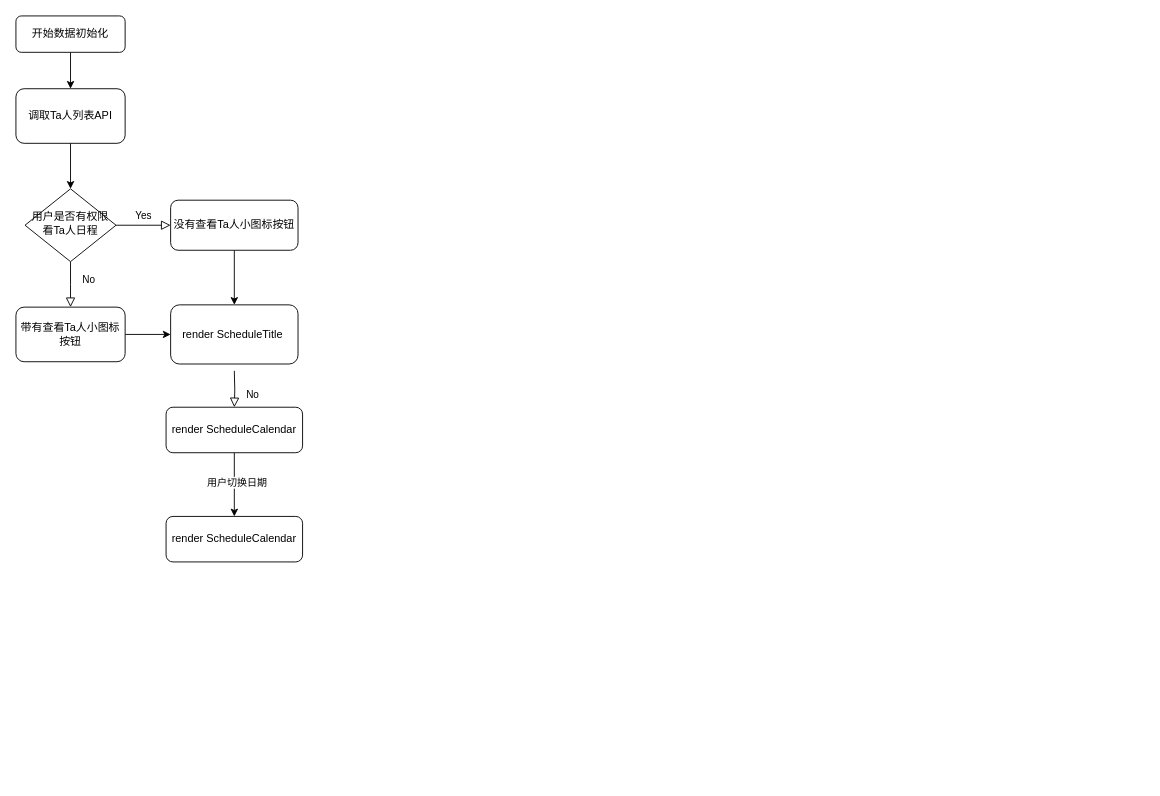
Earlier version of the draw.io diagram Untitled Diagram.drawio (Leonard-Li777/awesome-ant-design). Source tidied: cells renumbered, new cells numbered last; positions are measured from the earlier drawing's top-left corner, leaving out a move shared by most shapes. Both pictures are drawn from the tidied source at 91%, with x=0, y=0 at pixel (15, 15).
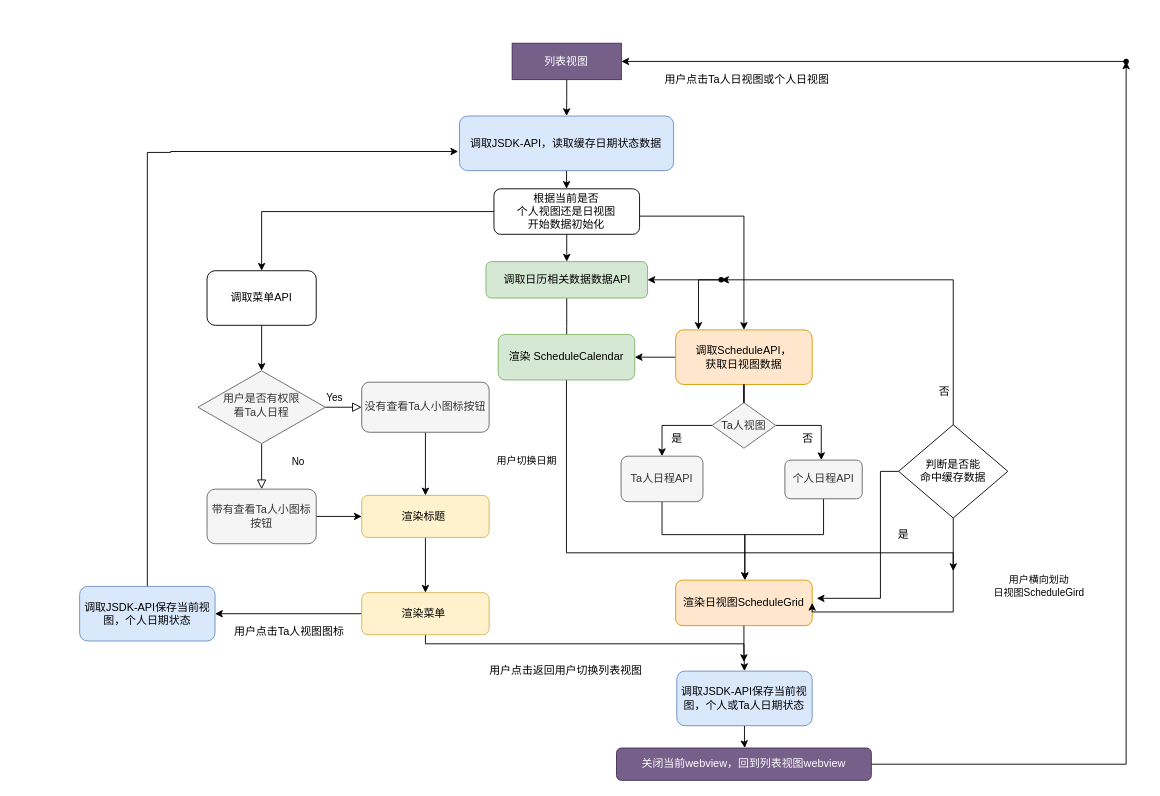
The same diagram, later.

Commit message:
日视图流程.drawio

What changed in the source:
```diff
@@
+    <mxCell id="19" style="edgeStyle=orthogonalEdgeStyle;rounded=0;jettySize=auto;html=1;" parent="1" edge="1" source="3" target="23">
+      <mxGeometry relative="1" as="geometry" />
+    </mxCell>
+    <mxCell id="20" style="edgeStyle=orthogonalEdgeStyle;rounded=0;jettySize=auto;html=1;" parent="1" edge="1" source="3" target="51">
+      <mxGeometry relative="1" as="geometry">
+        <Array as="points">
+          <mxPoint x="800" y="220" />
+          <mxPoint x="800" y="290" />
+        </Array>
+      </mxGeometry>
+    </mxCell>
-    <mxCell id="3" value="开始数据初始化" style="rounded=1;whiteSpace=wrap;html=1;fontSize=12;glass=0;strokeWidth=1;shadow=0;" parent="1" vertex="1">
-      <mxGeometry width="120" height="40" as="geometry" />
+    <mxCell id="3" value="根据当前是否&lt;br&gt;个人视图还是日视图&lt;br&gt;开始数据初始化" style="rounded=1;whiteSpace=wrap;html=1;fontSize=12;glass=0;strokeWidth=1;shadow=0;" parent="1" vertex="1">
+      <mxGeometry x="525.3" y="190" width="160" height="50" as="geometry" />
     </mxCell>
     <mxCell id="4" value="Yes" style="rounded=0;html=1;jettySize=auto;fontSize=11;endArrow=block;endFill=0;endSize=8;strokeWidth=1;shadow=0;labelBackgroundColor=none;edgeStyle=orthogonalEdgeStyle;" parent="1" edge="1" source="6">
       <mxGeometry x="-1" y="94" relative="1" as="geometry">
-        <mxPoint x="60" y="320" as="targetPoint" />
+        <mxPoint x="270" y="520" as="targetPoint" />
         <mxPoint x="-14" y="-50" as="offset" />
       </mxGeometry>
     </mxCell>
@@
-    <mxCell id="6" value="用户是否有权限看Ta人日程" style="rhombus;whiteSpace=wrap;html=1;shadow=0;fontFamily=Helvetica;fontSize=12;align=center;strokeWidth=1;spacing=6;spacingTop=-4;" parent="1" vertex="1">
-      <mxGeometry x="10" y="190" width="100" height="80" as="geometry" />
+    <mxCell id="6" value="用户是否有权限&lt;br&gt;看Ta人日程" style="rhombus;whiteSpace=wrap;html=1;shadow=0;fontFamily=Helvetica;fontSize=12;align=center;strokeWidth=1;spacing=6;spacingTop=-4;fillColor=#f5f5f5;strokeColor=#666666;fontColor=#333333;" parent="1" vertex="1">
+      <mxGeometry x="200" y="390" width="140" height="80" as="geometry" />
     </mxCell>
@@
-    <mxCell id="8" value="没有查看Ta人小图标按钮" style="rounded=1;whiteSpace=wrap;html=1;fontSize=12;glass=0;strokeWidth=1;shadow=0;" parent="1" vertex="1">
-      <mxGeometry x="170" y="202.5" width="140" height="55" as="geometry" />
+    <mxCell id="8" value="没有查看Ta人小图标按钮" style="rounded=1;whiteSpace=wrap;html=1;fontSize=12;glass=0;strokeWidth=1;shadow=0;fillColor=#f5f5f5;strokeColor=#666666;fontColor=#333333;" parent="1" vertex="1">
+      <mxGeometry x="380" y="402.5" width="140" height="55" as="geometry" />
     </mxCell>
-    <mxCell id="9" value="No" style="rounded=0;html=1;jettySize=auto;fontSize=11;endArrow=block;endFill=0;endSize=8;strokeWidth=1;shadow=0;labelBackgroundColor=none;edgeStyle=orthogonalEdgeStyle;" parent="1" edge="1" target="12">
-      <mxGeometry x="0.33" y="20" relative="1" as="geometry">
-        <mxPoint x="240" y="390" as="sourcePoint" />
-      </mxGeometry>
-    </mxCell>
-    <mxCell id="10" style="edgeStyle=orthogonalEdgeStyle;rounded=0;jettySize=auto;html=1;" parent="1" edge="1" source="12" target="18">
-      <mxGeometry relative="1" as="geometry" />
-    </mxCell>
-    <mxCell id="11" value="用户切换日期" style="edgeLabel;html=1;align=center;verticalAlign=middle;" parent="10" vertex="1">
-      <mxGeometry x="-0.1" y="2" relative="1" as="geometry" />
-    </mxCell>
-    <mxCell id="12" value="render ScheduleCalendar" style="rounded=1;whiteSpace=wrap;html=1;fontSize=12;glass=0;strokeWidth=1;shadow=0;" parent="1" vertex="1">
-      <mxGeometry x="165" y="430" width="150" height="50" as="geometry" />
-    </mxCell>
@@
-    <mxCell id="14" value="调取Ta人列表API" style="rounded=1;whiteSpace=wrap;html=1;" parent="1" vertex="1">
-      <mxGeometry y="80" width="120" height="60" as="geometry" />
+    <mxCell id="14" value="调取菜单API" style="rounded=1;whiteSpace=wrap;html=1;" parent="1" vertex="1">
+      <mxGeometry x="210" y="280" width="120" height="60" as="geometry" />
     </mxCell>
@@
-    <mxCell id="16" value="带有查看Ta人小图标按钮" style="rounded=1;whiteSpace=wrap;html=1;" parent="1" vertex="1">
-      <mxGeometry y="320" width="120" height="60" as="geometry" />
+    <mxCell id="16" value="带有查看Ta人小图标按钮" style="rounded=1;whiteSpace=wrap;html=1;fillColor=#f5f5f5;strokeColor=#666666;fontColor=#333333;" parent="1" vertex="1">
+      <mxGeometry x="210" y="520" width="120" height="60" as="geometry" />
     </mxCell>
+    <mxCell id="21" style="edgeStyle=orthogonalEdgeStyle;rounded=0;jettySize=auto;html=1;" parent="1" edge="1" source="17" target="55">
+      <mxGeometry relative="1" as="geometry" />
+    </mxCell>
-    <mxCell id="17" value="render ScheduleTitle&amp;nbsp;" style="rounded=1;whiteSpace=wrap;html=1;fontSize=12;glass=0;strokeWidth=1;shadow=0;" parent="1" vertex="1">
-      <mxGeometry x="170" y="317.5" width="140" height="65" as="geometry" />
+    <mxCell id="17" value="渲染标题&amp;nbsp;" style="rounded=1;whiteSpace=wrap;html=1;fontSize=12;glass=0;strokeWidth=1;shadow=0;fillColor=#fff2cc;strokeColor=#d6b656;" parent="1" vertex="1">
+      <mxGeometry x="380" y="526.9" width="140" height="46.2" as="geometry" />
     </mxCell>
-    <mxCell id="18" value="render ScheduleCalendar" style="rounded=1;whiteSpace=wrap;html=1;fontSize=12;glass=0;strokeWidth=1;shadow=0;" parent="1" vertex="1">
-      <mxGeometry x="165" y="550" width="150" height="50" as="geometry" />
+    <mxCell id="18" value="渲染日视图ScheduleGrid" style="rounded=1;whiteSpace=wrap;html=1;fontSize=12;glass=0;strokeWidth=1;shadow=0;fillColor=#ffe6cc;strokeColor=#d79b00;" parent="1" vertex="1">
+      <mxGeometry x="725" y="620" width="150" height="50" as="geometry" />
     </mxCell>
+    <mxCell id="22" style="edgeStyle=orthogonalEdgeStyle;rounded=0;jettySize=auto;html=1;" parent="1" edge="1" source="23">
+      <mxGeometry relative="1" as="geometry">
+        <mxPoint x="605" y="372.5" as="targetPoint" />
+      </mxGeometry>
+    </mxCell>
+    <mxCell id="23" value="调取日历相关数据数据API" style="rounded=1;whiteSpace=wrap;html=1;fontSize=12;glass=0;strokeWidth=1;shadow=0;fillColor=#d5e8d4;strokeColor=#82b366;" parent="1" vertex="1">
+      <mxGeometry x="516.5" y="270" width="177.5" height="40" as="geometry" />
+    </mxCell>
+    <mxCell id="24" style="edgeStyle=orthogonalEdgeStyle;rounded=0;jettySize=auto;html=1;exitX=0.5;exitY=1;exitDx=0;exitDy=0;" parent="1" edge="1" source="18" target="44">
+      <mxGeometry relative="1" as="geometry" />
+    </mxCell>
+    <mxCell id="25" value="用户横向划动&lt;br&gt;日视图ScheduleGird" style="edgeLabel;html=1;align=center;verticalAlign=middle;" parent="1" vertex="1">
+      <mxGeometry x="1070" y="520" as="geometry">
+        <mxPoint x="53" y="106" as="offset" />
+      </mxGeometry>
+    </mxCell>
+    <mxCell id="26" style="edgeStyle=orthogonalEdgeStyle;rounded=0;jettySize=auto;html=1;entryX=1;entryY=0.5;entryDx=0;entryDy=0;" parent="1" edge="1" source="27" target="48">
+      <mxGeometry relative="1" as="geometry" />
+    </mxCell>
+    <mxCell id="27" value="调取ScheduleAPI，&lt;br&gt;获取日视图数据" style="rounded=1;whiteSpace=wrap;html=1;fillColor=#ffe6cc;strokeColor=#d79b00;" parent="1" vertex="1">
+      <mxGeometry x="725" y="345" width="150" height="60" as="geometry" />
+    </mxCell>
+    <mxCell id="28" style="edgeStyle=orthogonalEdgeStyle;rounded=0;jettySize=auto;html=1;exitX=0.5;exitY=0;exitDx=0;exitDy=0;" parent="1" edge="1" source="31" target="27">
+      <mxGeometry relative="1" as="geometry">
+        <Array as="points">
+          <mxPoint x="1030" y="290" />
+          <mxPoint x="800" y="290" />
+        </Array>
+      </mxGeometry>
+    </mxCell>
+    <mxCell id="29" style="edgeStyle=orthogonalEdgeStyle;rounded=0;jettySize=auto;html=1;entryX=1;entryY=0.5;entryDx=0;entryDy=0;" parent="1" edge="1" source="31" target="18">
+      <mxGeometry relative="1" as="geometry">
+        <Array as="points">
+          <mxPoint x="1030" y="655" />
+        </Array>
+      </mxGeometry>
+    </mxCell>
+    <mxCell id="30" style="edgeStyle=orthogonalEdgeStyle;rounded=0;jettySize=auto;html=1;" parent="1" edge="1" source="31">
+      <mxGeometry relative="1" as="geometry">
+        <mxPoint x="880" y="640" as="targetPoint" />
+        <Array as="points">
+          <mxPoint x="950" y="501" />
+          <mxPoint x="950" y="640" />
+        </Array>
+      </mxGeometry>
+    </mxCell>
+    <mxCell id="31" value="判断是否能&lt;br&gt;命中缓存数据" style="rhombus;whiteSpace=wrap;html=1;" parent="1" vertex="1">
+      <mxGeometry x="970" y="449.2" width="120" height="102.5" as="geometry" />
+    </mxCell>
+    <mxCell id="32" value="否" style="text;html=1;align=center;verticalAlign=middle;strokeColor=none;" parent="1" vertex="1">
+      <mxGeometry x="1005" y="402.5" width="30" height="20" as="geometry" />
+    </mxCell>
+    <mxCell id="33" value="是" style="text;html=1;align=center;verticalAlign=middle;strokeColor=none;" parent="1" vertex="1">
+      <mxGeometry x="711.2" y="455" width="30" height="20" as="geometry" />
+    </mxCell>
+    <mxCell id="34" style="edgeStyle=orthogonalEdgeStyle;rounded=0;jettySize=auto;html=1;" parent="1" edge="1" source="36" target="39">
+      <mxGeometry relative="1" as="geometry" />
+    </mxCell>
+    <mxCell id="35" style="edgeStyle=orthogonalEdgeStyle;rounded=0;jettySize=auto;html=1;exitX=1;exitY=0.5;exitDx=0;exitDy=0;" parent="1" edge="1" source="36" target="41">
+      <mxGeometry relative="1" as="geometry">
+        <Array as="points">
+          <mxPoint x="885" y="449.8" />
+        </Array>
+      </mxGeometry>
+    </mxCell>
+    <mxCell id="36" value="Ta人视图" style="rhombus;whiteSpace=wrap;html=1;fillColor=#f5f5f5;strokeColor=#666666;fontColor=#333333;" parent="1" vertex="1">
+      <mxGeometry x="765" y="425" width="70" height="50" as="geometry" />
+    </mxCell>
+    <mxCell id="37" style="edgeStyle=orthogonalEdgeStyle;rounded=0;jettySize=auto;html=1;endArrow=none;" parent="1" edge="1" source="27" target="36">
+      <mxGeometry relative="1" as="geometry" />
+    </mxCell>
+    <mxCell id="38" style="edgeStyle=orthogonalEdgeStyle;rounded=0;jettySize=auto;html=1;" parent="1" edge="1" source="39" target="18">
+      <mxGeometry relative="1" as="geometry">
+        <Array as="points">
+          <mxPoint x="710" y="570" />
+          <mxPoint x="801" y="570" />
+        </Array>
+      </mxGeometry>
+    </mxCell>
+    <mxCell id="39" value="Ta人日程API" style="rounded=1;whiteSpace=wrap;html=1;fillColor=#f5f5f5;strokeColor=#666666;fontColor=#333333;" parent="1" vertex="1">
+      <mxGeometry x="665" y="483.8" width="90" height="50" as="geometry" />
+    </mxCell>
+    <mxCell id="40" style="edgeStyle=orthogonalEdgeStyle;rounded=0;jettySize=auto;html=1;" parent="1" edge="1" source="41" target="18">
+      <mxGeometry relative="1" as="geometry">
+        <Array as="points">
+          <mxPoint x="888" y="570" />
+          <mxPoint x="801" y="570" />
+        </Array>
+      </mxGeometry>
+    </mxCell>
+    <mxCell id="41" value="个人日程API" style="rounded=1;whiteSpace=wrap;html=1;fillColor=#f5f5f5;strokeColor=#666666;fontColor=#333333;" parent="1" vertex="1">
+      <mxGeometry x="845" y="488.1" width="85" height="42.5" as="geometry" />
+    </mxCell>
+    <mxCell id="42" value="否" style="text;html=1;align=center;verticalAlign=middle;strokeColor=none;" parent="1" vertex="1">
+      <mxGeometry x="855" y="455" width="30" height="20" as="geometry" />
+    </mxCell>
+    <mxCell id="43" style="edgeStyle=orthogonalEdgeStyle;rounded=0;jettySize=auto;html=1;" parent="1" edge="1" source="44">
+      <mxGeometry relative="1" as="geometry">
+        <mxPoint x="801" y="804.5" as="targetPoint" />
+      </mxGeometry>
+    </mxCell>
+    <mxCell id="44" value="调取JSDK-API保存当前视图，个人或Ta人日期状态" style="whiteSpace=wrap;html=1;rounded=1;shadow=0;strokeWidth=1;glass=0;fillColor=#dae8fc;strokeColor=#6c8ebf;" parent="1" vertex="1">
+      <mxGeometry x="726.2" y="720" width="148.8" height="60" as="geometry" />
+    </mxCell>
+    <mxCell id="11" value="用户切换日期" style="edgeLabel;html=1;align=center;verticalAlign=middle;" parent="1" vertex="1">
+      <mxGeometry x="560" y="488.1" as="geometry" />
+    </mxCell>
+    <mxCell id="45" style="edgeStyle=orthogonalEdgeStyle;rounded=0;jettySize=auto;html=1;" parent="1" edge="1" source="46" target="66">
+      <mxGeometry relative="1" as="geometry" />
+    </mxCell>
+    <mxCell id="46" value="关闭当前webview，回到列表视图webview" style="rounded=1;whiteSpace=wrap;html=1;fillColor=#76608a;strokeColor=#432D57;fontColor=#ffffff;" parent="1" vertex="1">
+      <mxGeometry x="660" y="804.5" width="280" height="35.5" as="geometry" />
+    </mxCell>
+    <mxCell id="47" style="edgeStyle=orthogonalEdgeStyle;rounded=0;jettySize=auto;html=1;" parent="1" edge="1" source="48">
+      <mxGeometry relative="1" as="geometry">
+        <mxPoint x="1030" y="610" as="targetPoint" />
+        <Array as="points">
+          <mxPoint x="605" y="590" />
+          <mxPoint x="1030" y="590" />
+        </Array>
+      </mxGeometry>
+    </mxCell>
+    <mxCell id="48" value="渲染 ScheduleCalendar" style="rounded=1;whiteSpace=wrap;html=1;fontSize=12;glass=0;strokeWidth=1;shadow=0;fillColor=#d5e8d4;strokeColor=#82b366;" parent="1" vertex="1">
+      <mxGeometry x="530" y="350" width="150" height="50" as="geometry" />
+    </mxCell>
+    <mxCell id="49" style="edgeStyle=orthogonalEdgeStyle;rounded=0;jettySize=auto;html=1;" parent="1" edge="1" source="51" target="23">
+      <mxGeometry relative="1" as="geometry" />
+    </mxCell>
+    <mxCell id="50" style="edgeStyle=orthogonalEdgeStyle;rounded=0;jettySize=auto;html=1;entryX=0.167;entryY=0;entryDx=0;entryDy=0;entryPerimeter=0;" parent="1" edge="1" source="51" target="27">
+      <mxGeometry relative="1" as="geometry">
+        <Array as="points">
+          <mxPoint x="750" y="290" />
+        </Array>
+      </mxGeometry>
+    </mxCell>
+    <mxCell id="51" style="shape=waypoint;size=6;points=[];fillColor=#ffffff;perimeter=centerPerimeter;snapToPoint=1;rounded=1;shadow=0;strokeWidth=1;glass=0;" parent="1" vertex="1">
+      <mxGeometry x="755" y="270" width="40" height="40" as="geometry" />
+    </mxCell>
+    <mxCell id="52" value="用户点击返回用户切换列表视图" style="text;html=1;align=center;verticalAlign=middle;strokeColor=none;" parent="1" vertex="1">
+      <mxGeometry x="514" y="710" width="180" height="20" as="geometry" />
+    </mxCell>
+    <mxCell id="53" style="edgeStyle=orthogonalEdgeStyle;rounded=0;jettySize=auto;html=1;" parent="1" edge="1" source="55">
+      <mxGeometry relative="1" as="geometry">
+        <mxPoint x="800" y="710" as="targetPoint" />
+        <Array as="points">
+          <mxPoint x="450" y="690" />
+          <mxPoint x="800" y="690" />
+        </Array>
+      </mxGeometry>
+    </mxCell>
+    <mxCell id="54" style="edgeStyle=orthogonalEdgeStyle;rounded=0;jettySize=auto;html=1;" parent="1" edge="1" source="55" target="60">
+      <mxGeometry relative="1" as="geometry" />
+    </mxCell>
+    <mxCell id="55" value="渲染菜单&amp;nbsp;" style="rounded=1;whiteSpace=wrap;html=1;fontSize=12;glass=0;strokeWidth=1;shadow=0;fillColor=#fff2cc;strokeColor=#d6b656;" parent="1" vertex="1">
+      <mxGeometry x="380" y="633.8" width="140" height="46.2" as="geometry" />
+    </mxCell>
+    <mxCell id="56" style="edgeStyle=orthogonalEdgeStyle;rounded=0;jettySize=auto;html=1;" parent="1" edge="1" source="57" target="3">
+      <mxGeometry relative="1" as="geometry" />
+    </mxCell>
+    <mxCell id="57" value="调取JSDK-API，读取缓存日期状态数据" style="rounded=1;whiteSpace=wrap;html=1;fillColor=#dae8fc;strokeColor=#6c8ebf;" parent="1" vertex="1">
+      <mxGeometry x="487.4" y="110" width="235.3" height="60" as="geometry" />
+    </mxCell>
+    <mxCell id="58" value="用户点击Ta人视图图标" style="text;html=1;align=center;verticalAlign=middle;strokeColor=none;" parent="1" vertex="1">
+      <mxGeometry x="230" y="666.9" width="140" height="20" as="geometry" />
+    </mxCell>
+    <mxCell id="59" style="edgeStyle=orthogonalEdgeStyle;rounded=0;jettySize=auto;html=1;entryX=-0.006;entryY=0.65;entryDx=0;entryDy=0;entryPerimeter=0;" parent="1" edge="1" source="60" target="57">
+      <mxGeometry relative="1" as="geometry">
+        <Array as="points">
+          <mxPoint x="144" y="150" />
+          <mxPoint x="170" y="150" />
+          <mxPoint x="170" y="149" />
+        </Array>
+      </mxGeometry>
+    </mxCell>
+    <mxCell id="60" value="调取JSDK-API保存当前视图，个人日期状态" style="whiteSpace=wrap;html=1;rounded=1;shadow=0;strokeWidth=1;glass=0;fillColor=#dae8fc;strokeColor=#6c8ebf;" parent="1" vertex="1">
+      <mxGeometry x="70" y="626.9" width="148.8" height="60" as="geometry" />
+    </mxCell>
+    <mxCell id="61" value="是" style="text;html=1;align=center;verticalAlign=middle;strokeColor=none;" parent="1" vertex="1">
+      <mxGeometry x="960" y="560" width="30" height="20" as="geometry" />
+    </mxCell>
+    <mxCell id="62" style="edgeStyle=orthogonalEdgeStyle;rounded=0;jettySize=auto;html=1;" parent="1" edge="1" source="63" target="57">
+      <mxGeometry relative="1" as="geometry" />
+    </mxCell>
+    <mxCell id="63" value="列表视图" style="whiteSpace=wrap;html=1;fillColor=#76608a;strokeColor=#432D57;fontColor=#ffffff;" parent="1" vertex="1">
+      <mxGeometry x="545.3" y="30" width="120" height="40" as="geometry" />
+    </mxCell>
+    <mxCell id="64" value="用户点击Ta人日视图或个人日视图" style="text;html=1;strokeColor=none;fillColor=none;align=center;verticalAlign=middle;whiteSpace=wrap;rounded=0;" parent="1" vertex="1">
+      <mxGeometry x="711.2" y="60" width="184.7" height="20" as="geometry" />
+    </mxCell>
+    <mxCell id="65" style="edgeStyle=orthogonalEdgeStyle;rounded=0;jettySize=auto;html=1;" parent="1" edge="1" source="66" target="63">
+      <mxGeometry relative="1" as="geometry">
+        <Array as="points">
+          <mxPoint x="1220" y="50" />
+        </Array>
+      </mxGeometry>
+    </mxCell>
+    <mxCell id="66" style="shape=waypoint;size=6;points=[];fillColor=#ffffff;perimeter=centerPerimeter;snapToPoint=1;rounded=1;" parent="1" vertex="1">
+      <mxGeometry x="1200" y="30" width="40" height="40" as="geometry" />
+    </mxCell>
```
